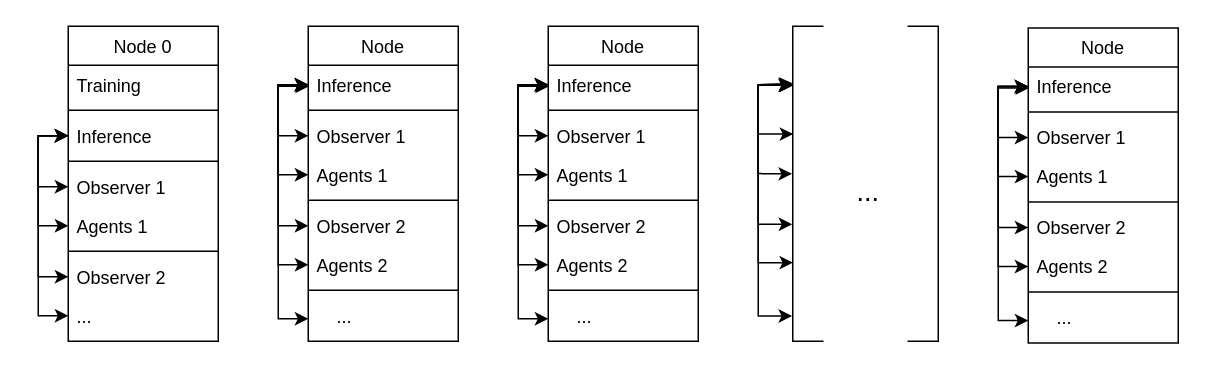
Earlier version of the draw.io diagram resources/Execution_Strategy.drawio (cry-phy/rlzilatran). Source tidied: cells renumbered, new cells numbered last; positions are measured from the earlier drawing's top-left corner, leaving out a move shared by most shapes. Both pictures are drawn from the tidied source at 150%, with x=0, y=0 at pixel (38, 26).
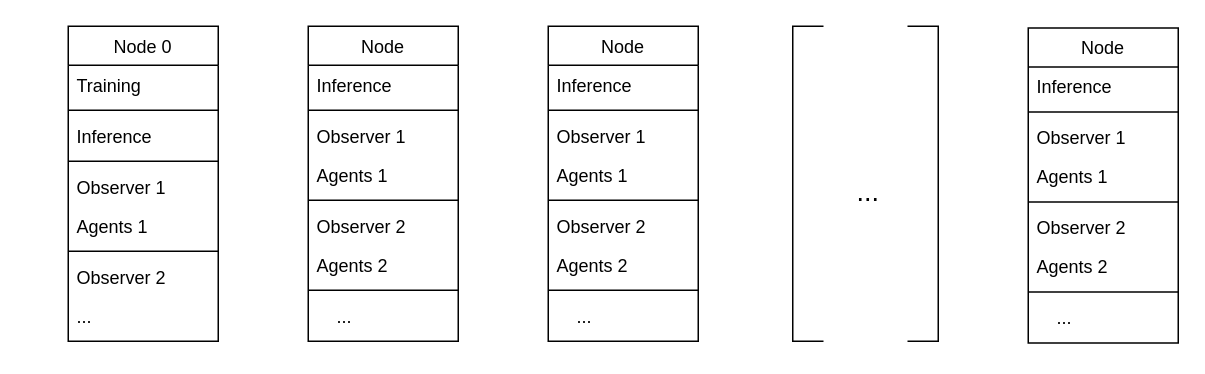
Above is the later version.

Unchanged cells that the change refers to:
```xml
<mxCell id="2" value="Node 0" style="swimlane;fontStyle=0;align=center;verticalAlign=top;horizontal=1;startSize=26;rounded=0;shadow=0;strokeWidth=1;" parent="1" vertex="1">
<mxCell id="5" value="Inference" style="text;align=left;verticalAlign=top;spacingLeft=4;spacingRight=4;overflow=hidden;points=[[0,0.5],[1,0.5]];portConstraint=eastwest;" parent="2" vertex="1">
<mxCell id="8" value="Observer 1" style="text;align=left;verticalAlign=top;spacingLeft=4;spacingRight=4;overflow=hidden;points=[[0,0.5],[1,0.5]];portConstraint=eastwest;" parent="2" vertex="1">
<mxCell id="10" value="Agents 1" style="text;align=left;verticalAlign=top;spacingLeft=4;spacingRight=4;overflow=hidden;points=[[0,0.5],[1,0.5]];portConstraint=eastwest;" parent="2" vertex="1">
<mxCell id="13" value="Observer 2" style="text;align=left;verticalAlign=top;spacingLeft=4;spacingRight=4;overflow=hidden;points=[[0,0.5],[1,0.5]];portConstraint=eastwest;" parent="2" vertex="1">
<mxCell id="15" value="..." style="text;align=left;verticalAlign=top;spacingLeft=4;spacingRight=4;overflow=hidden;points=[[0,0.5],[1,0.5]];portConstraint=eastwest;" parent="2" vertex="1">
<mxCell id="16" value="Node" style="swimlane;fontStyle=0;align=center;verticalAlign=top;horizontal=1;startSize=26;rounded=0;shadow=0;strokeWidth=1;" parent="1" vertex="1">
<mxCell id="17" value="Inference" style="text;align=left;verticalAlign=top;spacingLeft=4;spacingRight=4;overflow=hidden;points=[[0,0.5],[1,0.5]];portConstraint=eastwest;" parent="16" vertex="1">
<mxCell id="20" value="Observer 1" style="text;align=left;verticalAlign=top;spacingLeft=4;spacingRight=4;overflow=hidden;points=[[0,0.5],[1,0.5]];portConstraint=eastwest;" parent="16" vertex="1">
<mxCell id="22" value="Agents 1" style="text;align=left;verticalAlign=top;spacingLeft=4;spacingRight=4;overflow=hidden;points=[[0,0.5],[1,0.5]];portConstraint=eastwest;" parent="16" vertex="1">
<mxCell id="25" value="Observer 2" style="text;align=left;verticalAlign=top;spacingLeft=4;spacingRight=4;overflow=hidden;points=[[0,0.5],[1,0.5]];portConstraint=eastwest;" parent="16" vertex="1">
<mxCell id="27" value="Agents 2" style="text;align=left;verticalAlign=top;spacingLeft=4;spacingRight=4;overflow=hidden;points=[[0,0.5],[1,0.5]];portConstraint=eastwest;" parent="16" vertex="1">
<mxCell id="30" value="    ..." style="text;align=left;verticalAlign=top;spacingLeft=4;spacingRight=4;overflow=hidden;points=[[0,0.5],[1,0.5]];portConstraint=eastwest;" parent="16" vertex="1">
<mxCell id="31" value="Node" style="swimlane;fontStyle=0;align=center;verticalAlign=top;horizontal=1;startSize=26;rounded=0;shadow=0;strokeWidth=1;" parent="1" vertex="1">
<mxCell id="32" value="Inference" style="text;align=left;verticalAlign=top;spacingLeft=4;spacingRight=4;overflow=hidden;points=[[0,0.5],[1,0.5]];portConstraint=eastwest;" parent="31" vertex="1">
<mxCell id="35" value="Observer 1" style="text;align=left;verticalAlign=top;spacingLeft=4;spacingRight=4;overflow=hidden;points=[[0,0.5],[1,0.5]];portConstraint=eastwest;" parent="31" vertex="1">
<mxCell id="37" value="Agents 1" style="text;align=left;verticalAlign=top;spacingLeft=4;spacingRight=4;overflow=hidden;points=[[0,0.5],[1,0.5]];portConstraint=eastwest;" parent="31" vertex="1">
<mxCell id="40" value="Observer 2" style="text;align=left;verticalAlign=top;spacingLeft=4;spacingRight=4;overflow=hidden;points=[[0,0.5],[1,0.5]];portConstraint=eastwest;" parent="31" vertex="1">
<mxCell id="42" value="Agents 2" style="text;align=left;verticalAlign=top;spacingLeft=4;spacingRight=4;overflow=hidden;points=[[0,0.5],[1,0.5]];portConstraint=eastwest;" parent="31" vertex="1">
<mxCell id="45" value="    ..." style="text;align=left;verticalAlign=top;spacingLeft=4;spacingRight=4;overflow=hidden;points=[[0,0.5],[1,0.5]];portConstraint=eastwest;" parent="31" vertex="1">
<mxCell id="46" value="Node" style="swimlane;fontStyle=0;align=center;verticalAlign=top;horizontal=1;startSize=26;rounded=0;shadow=0;strokeWidth=1;" parent="1" vertex="1">
<mxCell id="47" value="Inference" style="text;align=left;verticalAlign=top;spacingLeft=4;spacingRight=4;overflow=hidden;points=[[0,0.5],[1,0.5]];portConstraint=eastwest;" parent="46" vertex="1">
<mxCell id="50" value="Observer 1" style="text;align=left;verticalAlign=top;spacingLeft=4;spacingRight=4;overflow=hidden;points=[[0,0.5],[1,0.5]];portConstraint=eastwest;" parent="46" vertex="1">
<mxCell id="52" value="Agents 1" style="text;align=left;verticalAlign=top;spacingLeft=4;spacingRight=4;overflow=hidden;points=[[0,0.5],[1,0.5]];portConstraint=eastwest;" parent="46" vertex="1">
<mxCell id="55" value="Observer 2" style="text;align=left;verticalAlign=top;spacingLeft=4;spacingRight=4;overflow=hidden;points=[[0,0.5],[1,0.5]];portConstraint=eastwest;" parent="46" vertex="1">
<mxCell id="57" value="Agents 2" style="text;align=left;verticalAlign=top;spacingLeft=4;spacingRight=4;overflow=hidden;points=[[0,0.5],[1,0.5]];portConstraint=eastwest;" parent="46" vertex="1">
<mxCell id="60" value="    ..." style="text;align=left;verticalAlign=top;spacingLeft=4;spacingRight=4;overflow=hidden;points=[[0,0.5],[1,0.5]];portConstraint=eastwest;" parent="46" vertex="1">
<mxCell id="63" style="shape=partialRectangle;whiteSpace=wrap;html=1;bottom=1;right=1;left=1;top=0;fillColor=none;routingCenterX=-0.5;rotation=90;" parent="1" vertex="1">
```

What changed in the source:
```diff
@@
-    <mxCell id="7" style="edgeStyle=orthogonalEdgeStyle;rounded=0;jettySize=auto;html=1;exitX=0;exitY=0.5;exitDx=0;exitDy=0;entryX=0;entryY=0.5;entryDx=0;entryDy=0;startArrow=classic;startFill=1;" parent="2" edge="1" source="8" target="5">
-      <mxGeometry relative="1" as="geometry">
-        <Array as="points">
-          <mxPoint x="-20" y="107" />
-          <mxPoint x="-20" y="73" />
-        </Array>
-      </mxGeometry>
-    </mxCell>
@@
-    <mxCell id="9" style="edgeStyle=orthogonalEdgeStyle;rounded=0;jettySize=auto;html=1;exitX=0;exitY=0.5;exitDx=0;exitDy=0;entryX=0;entryY=0.5;entryDx=0;entryDy=0;startArrow=classic;startFill=1;" parent="2" edge="1" source="10" target="5">
-      <mxGeometry relative="1" as="geometry" />
-    </mxCell>
@@
-    <mxCell id="12" style="edgeStyle=orthogonalEdgeStyle;rounded=0;jettySize=auto;html=1;exitX=0;exitY=0.5;exitDx=0;exitDy=0;entryX=0;entryY=0.5;entryDx=0;entryDy=0;startArrow=classic;startFill=1;" parent="2" edge="1" source="13" target="5">
-      <mxGeometry relative="1" as="geometry" />
-    </mxCell>
@@
-    <mxCell id="14" style="edgeStyle=orthogonalEdgeStyle;rounded=0;jettySize=auto;html=1;exitX=0;exitY=0.5;exitDx=0;exitDy=0;entryX=0;entryY=0.5;entryDx=0;entryDy=0;startArrow=classic;startFill=1;" parent="2" edge="1" source="15" target="5">
-      <mxGeometry relative="1" as="geometry" />
-    </mxCell>
@@
-    <mxCell id="19" style="edgeStyle=orthogonalEdgeStyle;rounded=0;jettySize=auto;html=1;startArrow=classic;startFill=1;" parent="16" edge="1" source="20">
-      <mxGeometry relative="1" as="geometry">
-        <mxPoint y="40" as="targetPoint" />
-      </mxGeometry>
-    </mxCell>
@@
-    <mxCell id="21" style="edgeStyle=orthogonalEdgeStyle;rounded=0;jettySize=auto;html=1;entryX=0;entryY=0.5;entryDx=0;entryDy=0;startArrow=classic;startFill=1;" parent="16" edge="1" source="22" target="17">
-      <mxGeometry relative="1" as="geometry" />
-    </mxCell>
@@
-    <mxCell id="24" style="edgeStyle=orthogonalEdgeStyle;rounded=0;jettySize=auto;html=1;exitX=0;exitY=0.5;exitDx=0;exitDy=0;entryX=0;entryY=0.5;entryDx=0;entryDy=0;startArrow=classic;startFill=1;" parent="16" edge="1" source="25" target="17">
-      <mxGeometry relative="1" as="geometry" />
-    </mxCell>
@@
-    <mxCell id="26" style="edgeStyle=orthogonalEdgeStyle;rounded=0;jettySize=auto;html=1;entryX=0;entryY=0.5;entryDx=0;entryDy=0;startArrow=classic;startFill=1;" parent="16" edge="1" source="27" target="17">
-      <mxGeometry relative="1" as="geometry" />
-    </mxCell>
@@
-    <mxCell id="29" style="edgeStyle=orthogonalEdgeStyle;rounded=0;jettySize=auto;html=1;exitX=0;exitY=0.5;exitDx=0;exitDy=0;entryX=0;entryY=0.5;entryDx=0;entryDy=0;startArrow=classic;startFill=1;" parent="16" edge="1" source="30" target="17">
-      <mxGeometry relative="1" as="geometry" />
-    </mxCell>
@@
-    <mxCell id="34" style="edgeStyle=orthogonalEdgeStyle;rounded=0;jettySize=auto;html=1;startArrow=classic;startFill=1;" parent="31" edge="1" source="35">
-      <mxGeometry relative="1" as="geometry">
-        <mxPoint y="40" as="targetPoint" />
-      </mxGeometry>
-    </mxCell>
@@
-    <mxCell id="36" style="edgeStyle=orthogonalEdgeStyle;rounded=0;jettySize=auto;html=1;entryX=0;entryY=0.5;entryDx=0;entryDy=0;startArrow=classic;startFill=1;" parent="31" edge="1" source="37" target="32">
-      <mxGeometry relative="1" as="geometry" />
-    </mxCell>
@@
-    <mxCell id="39" style="edgeStyle=orthogonalEdgeStyle;rounded=0;jettySize=auto;html=1;exitX=0;exitY=0.5;exitDx=0;exitDy=0;entryX=0;entryY=0.5;entryDx=0;entryDy=0;startArrow=classic;startFill=1;" parent="31" edge="1" source="40" target="32">
-      <mxGeometry relative="1" as="geometry" />
-    </mxCell>
@@
-    <mxCell id="41" style="edgeStyle=orthogonalEdgeStyle;rounded=0;jettySize=auto;html=1;entryX=0;entryY=0.5;entryDx=0;entryDy=0;startArrow=classic;startFill=1;" parent="31" edge="1" source="42" target="32">
-      <mxGeometry relative="1" as="geometry" />
-    </mxCell>
@@
-    <mxCell id="44" style="edgeStyle=orthogonalEdgeStyle;rounded=0;jettySize=auto;html=1;exitX=0;exitY=0.5;exitDx=0;exitDy=0;entryX=0;entryY=0.5;entryDx=0;entryDy=0;startArrow=classic;startFill=1;" parent="31" edge="1" source="45" target="32">
-      <mxGeometry relative="1" as="geometry" />
-    </mxCell>
@@
-    <mxCell id="49" style="edgeStyle=orthogonalEdgeStyle;rounded=0;jettySize=auto;html=1;startArrow=classic;startFill=1;" parent="46" edge="1" source="50">
-      <mxGeometry relative="1" as="geometry">
-        <mxPoint y="40" as="targetPoint" />
-      </mxGeometry>
-    </mxCell>
@@
-    <mxCell id="51" style="edgeStyle=orthogonalEdgeStyle;rounded=0;jettySize=auto;html=1;entryX=0;entryY=0.5;entryDx=0;entryDy=0;startArrow=classic;startFill=1;" parent="46" edge="1" source="52" target="47">
-      <mxGeometry relative="1" as="geometry" />
-    </mxCell>
@@
-    <mxCell id="54" style="edgeStyle=orthogonalEdgeStyle;rounded=0;jettySize=auto;html=1;exitX=0;exitY=0.5;exitDx=0;exitDy=0;entryX=0;entryY=0.5;entryDx=0;entryDy=0;startArrow=classic;startFill=1;" parent="46" edge="1" source="55" target="47">
-      <mxGeometry relative="1" as="geometry" />
-    </mxCell>
@@
-    <mxCell id="56" style="edgeStyle=orthogonalEdgeStyle;rounded=0;jettySize=auto;html=1;entryX=0;entryY=0.5;entryDx=0;entryDy=0;startArrow=classic;startFill=1;" parent="46" edge="1" source="57" target="47">
-      <mxGeometry relative="1" as="geometry" />
-    </mxCell>
@@
-    <mxCell id="59" style="edgeStyle=orthogonalEdgeStyle;rounded=0;jettySize=auto;html=1;exitX=0;exitY=0.5;exitDx=0;exitDy=0;entryX=0;entryY=0.5;entryDx=0;entryDy=0;startArrow=classic;startFill=1;" parent="46" edge="1" source="60" target="47">
-      <mxGeometry relative="1" as="geometry" />
-    </mxCell>
@@
-    <mxCell id="64" style="edgeStyle=orthogonalEdgeStyle;rounded=0;orthogonalLoop=1;jettySize=auto;html=1;startArrow=classic;startFill=1;exitX=0.313;exitY=0.983;exitDx=0;exitDy=0;exitPerimeter=0;entryX=0.158;entryY=1.032;entryDx=0;entryDy=0;entryPerimeter=0;" parent="1" edge="1">
-      <mxGeometry relative="1" as="geometry">
-        <mxPoint x="503.3" y="71.9" as="sourcePoint" />
-        <mxPoint x="502.4" y="39.4" as="targetPoint" />
-        <Array as="points">
-          <mxPoint x="480" y="72" />
-          <mxPoint x="480" y="39" />
-          <mxPoint x="502" y="39" />
-        </Array>
-      </mxGeometry>
-    </mxCell>
-    <mxCell id="65" style="edgeStyle=orthogonalEdgeStyle;rounded=0;orthogonalLoop=1;jettySize=auto;html=1;entryX=0.158;entryY=0.983;entryDx=0;entryDy=0;startArrow=classic;startFill=1;exitX=0.439;exitY=1.025;exitDx=0;exitDy=0;exitPerimeter=0;entryPerimeter=0;" parent="1" edge="1">
-      <mxGeometry relative="1" as="geometry">
-        <mxPoint x="502.5" y="98.4" as="sourcePoint" />
-        <mxPoint x="503.3" y="39.4" as="targetPoint" />
-        <Array as="points">
-          <mxPoint x="483" y="98" />
-          <mxPoint x="480" y="98" />
-          <mxPoint x="480" y="39" />
-        </Array>
-      </mxGeometry>
-    </mxCell>
-    <mxCell id="66" style="edgeStyle=orthogonalEdgeStyle;rounded=0;orthogonalLoop=1;jettySize=auto;html=1;exitX=0.599;exitY=1.02;exitDx=0;exitDy=0;entryX=0.157;entryY=1.002;entryDx=0;entryDy=0;startArrow=classic;startFill=1;exitPerimeter=0;entryPerimeter=0;" parent="1" edge="1">
-      <mxGeometry relative="1" as="geometry">
-        <mxPoint x="502.6" y="132" as="sourcePoint" />
-        <mxPoint x="503" y="39.2" as="targetPoint" />
-        <Array as="points">
-          <mxPoint x="480" y="132" />
-          <mxPoint x="480" y="39" />
-        </Array>
-      </mxGeometry>
-    </mxCell>
-    <mxCell id="67" style="edgeStyle=orthogonalEdgeStyle;rounded=0;orthogonalLoop=1;jettySize=auto;html=1;entryX=0.158;entryY=0.991;entryDx=0;entryDy=0;startArrow=classic;startFill=1;entryPerimeter=0;exitX=0.721;exitY=0.991;exitDx=0;exitDy=0;exitPerimeter=0;" parent="1" edge="1">
-      <mxGeometry relative="1" as="geometry">
-        <mxPoint x="503.2" y="157.6" as="sourcePoint" />
-        <mxPoint x="503.2" y="39.4" as="targetPoint" />
-        <Array as="points">
-          <mxPoint x="480" y="158" />
-          <mxPoint x="480" y="39" />
-        </Array>
-      </mxGeometry>
-    </mxCell>
-    <mxCell id="68" style="edgeStyle=orthogonalEdgeStyle;rounded=0;orthogonalLoop=1;jettySize=auto;html=1;exitX=0.92;exitY=1.023;exitDx=0;exitDy=0;entryX=0.181;entryY=1.006;entryDx=0;entryDy=0;startArrow=classic;startFill=1;exitPerimeter=0;entryPerimeter=0;" parent="1" edge="1" source="63" target="63">
-      <mxGeometry relative="1" as="geometry">
-        <Array as="points">
-          <mxPoint x="480" y="193" />
-          <mxPoint x="480" y="39" />
-          <mxPoint x="503" y="39" />
-        </Array>
-      </mxGeometry>
-    </mxCell>
```
